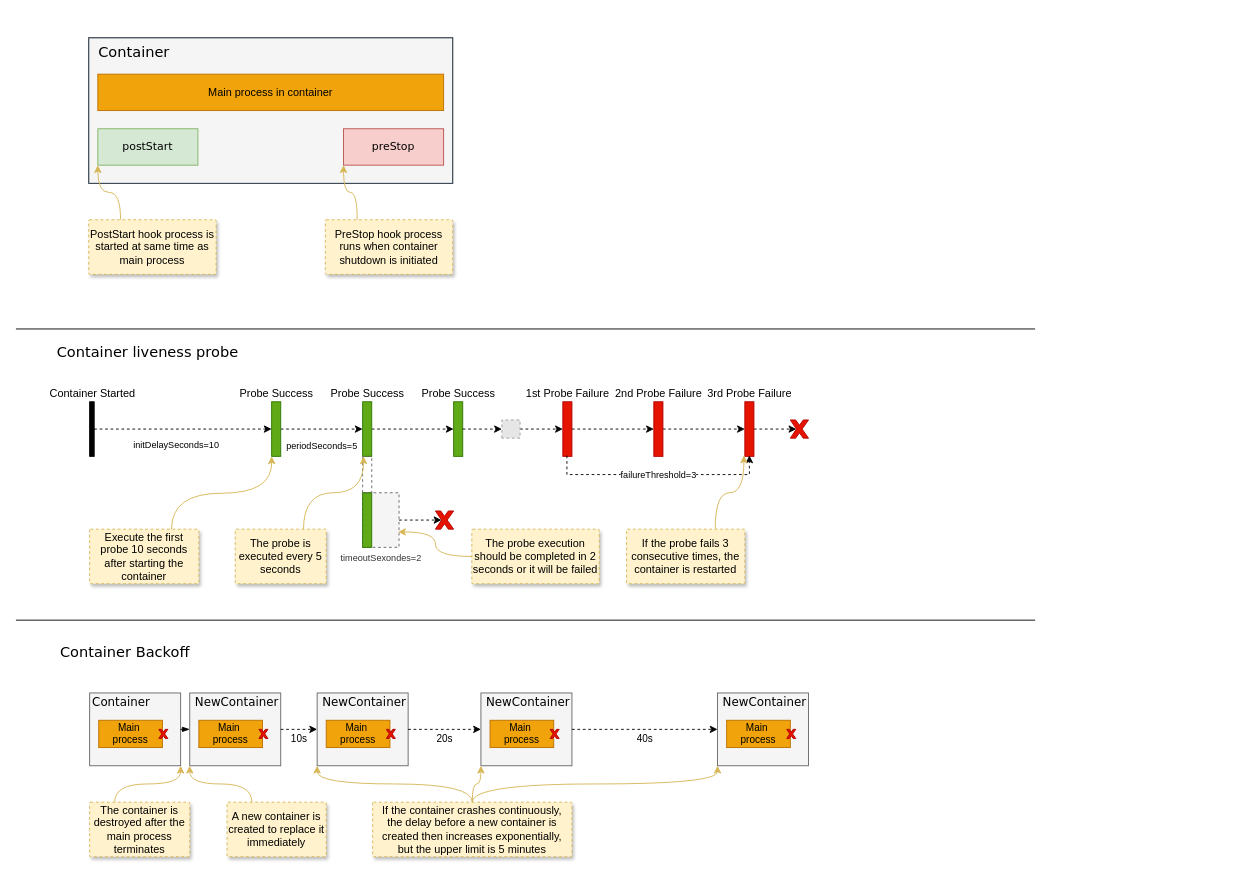
This is page "Container Lifecycle" (2 of 4) of st/k8s_common.drawio from gaivin/drawio, a draw.io file, before an edit. Source tidied: cells renumbered, new cells numbered last; positions are measured from the earlier drawing's top-left corner, leaving out a move shared by most shapes. Both pictures are drawn from the tidied source at 91%, with x=0, y=0 at pixel (15, 37). Pictures stored in the file or linked from it are replaced by grey dashed boxes.
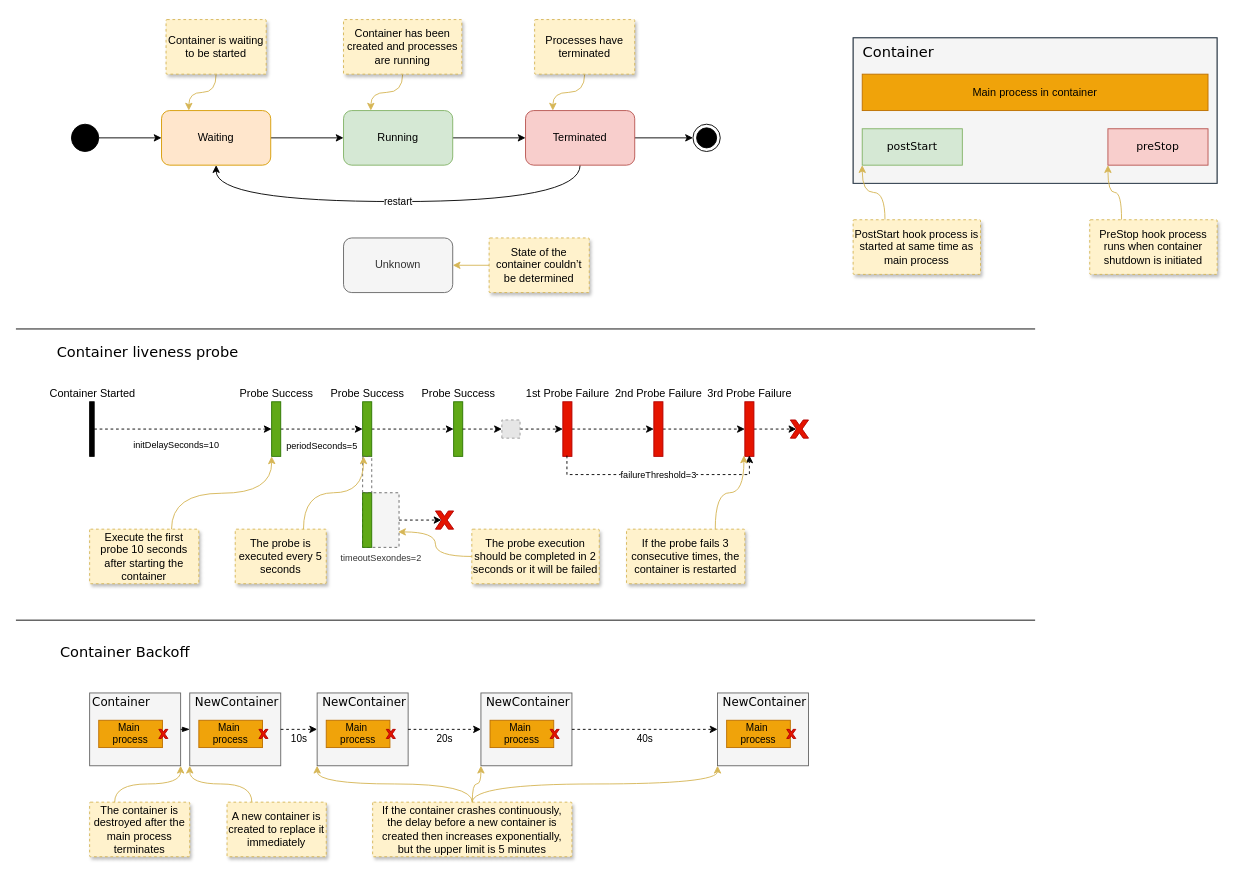
The same diagram, later.

Commit message:
Container status

Change to the diagram source:
```diff
@@
     <mxCell id="2" style="group;fillColor=#f5f5f5;fontColor=#333333;strokeColor=#666666;" parent="1" vertex="1">
-      <mxGeometry x="80" width="400" height="160" as="geometry" />
+      <mxGeometry x="920" width="400" height="160" as="geometry" />
     </mxCell>
@@
     <mxCell id="6" value="Main process in container" style="rounded=0;whiteSpace=wrap;html=1;fillColor=#f0a30a;fontColor=#000000;strokeColor=#BD7000;" parent="1" vertex="1">
-      <mxGeometry x="90" y="40" width="380" height="40" as="geometry" />
+      <mxGeometry x="930" y="40" width="380" height="40" as="geometry" />
     </mxCell>
     <mxCell id="7" value="postStart" style="rounded=0;whiteSpace=wrap;html=1;fillColor=#d5e8d4;strokeColor=#82b366;fontFamily=Verdana;" parent="1" vertex="1">
-      <mxGeometry x="90" y="100" width="110" height="40" as="geometry" />
+      <mxGeometry x="930" y="100" width="110" height="40" as="geometry" />
     </mxCell>
     <mxCell id="8" value="preStop" style="rounded=0;whiteSpace=wrap;html=1;fillColor=#f8cecc;strokeColor=#b85450;fontFamily=Verdana;" parent="1" vertex="1">
-      <mxGeometry x="360" y="100" width="110" height="40" as="geometry" />
+      <mxGeometry x="1200" y="100" width="110" height="40" as="geometry" />
     </mxCell>
@@
     <mxCell id="10" value="PostStart hook process is started at same time as main process" style="strokeColor=#d6b656;shadow=1;strokeWidth=1;rounded=1;absoluteArcSize=1;arcSize=2;fillColor=#fff2cc;dashed=1;whiteSpace=wrap;" parent="1" vertex="1">
-      <mxGeometry x="80" y="200" width="140" height="60" as="geometry" />
+      <mxGeometry x="920" y="200" width="140" height="60" as="geometry" />
     </mxCell>
@@
     <mxCell id="12" value="PreStop hook process runs when container shutdown is initiated" style="strokeColor=#d6b656;shadow=1;strokeWidth=1;rounded=1;absoluteArcSize=1;arcSize=2;fillColor=#fff2cc;dashed=1;whiteSpace=wrap;" parent="1" vertex="1">
-      <mxGeometry x="340" y="200" width="140" height="60" as="geometry" />
+      <mxGeometry x="1180" y="200" width="140" height="60" as="geometry" />
     </mxCell>
@@
+    <mxCell id="86" style="edgeStyle=orthogonalEdgeStyle;rounded=0;jettySize=auto;html=1;" parent="1" edge="1" source="87" target="89">
+      <mxGeometry relative="1" as="geometry" />
+    </mxCell>
+    <mxCell id="87" value="Waiting" style="rounded=1;whiteSpace=wrap;html=1;fillColor=#ffe6cc;strokeColor=#d79b00;" parent="1" vertex="1">
+      <mxGeometry x="160" y="80" width="120" height="60" as="geometry" />
+    </mxCell>
+    <mxCell id="88" style="edgeStyle=orthogonalEdgeStyle;rounded=0;jettySize=auto;html=1;" parent="1" edge="1" source="89" target="92">
+      <mxGeometry relative="1" as="geometry" />
+    </mxCell>
+    <mxCell id="89" value="Running" style="rounded=1;whiteSpace=wrap;html=1;fillColor=#d5e8d4;strokeColor=#82b366;" parent="1" vertex="1">
+      <mxGeometry x="360" y="80" width="120" height="60" as="geometry" />
+    </mxCell>
+    <mxCell id="90" style="edgeStyle=orthogonalEdgeStyle;rounded=0;jettySize=auto;html=1;" parent="1" edge="1" source="92" target="95">
+      <mxGeometry relative="1" as="geometry" />
+    </mxCell>
+    <mxCell id="91" value="restart" style="edgeStyle=orthogonalEdgeStyle;rounded=0;jettySize=auto;html=1;exitX=0.5;exitY=1;exitDx=0;exitDy=0;entryX=0.5;entryY=1;entryDx=0;entryDy=0;curved=1;" parent="1" edge="1" source="92" target="87">
+      <mxGeometry relative="1" as="geometry">
+        <Array as="points">
+          <mxPoint x="620" y="180" />
+          <mxPoint x="220" y="180" />
+        </Array>
+      </mxGeometry>
+    </mxCell>
+    <mxCell id="92" value="Terminated" style="rounded=1;whiteSpace=wrap;html=1;fillColor=#f8cecc;strokeColor=#b85450;" parent="1" vertex="1">
+      <mxGeometry x="560" y="80" width="120" height="60" as="geometry" />
+    </mxCell>
+    <mxCell id="93" style="edgeStyle=orthogonalEdgeStyle;rounded=0;jettySize=auto;html=1;" parent="1" edge="1" source="94" target="87">
+      <mxGeometry relative="1" as="geometry" />
+    </mxCell>
+    <mxCell id="94" style="ellipse;fillColor=strokeColor;html=1;" parent="1" vertex="1">
+      <mxGeometry x="61" y="95" width="30" height="30" as="geometry" />
+    </mxCell>
+    <mxCell id="95" style="ellipse;html=1;shape=endState;fillColor=strokeColor;" parent="1" vertex="1">
+      <mxGeometry x="744" y="95" width="30" height="30" as="geometry" />
+    </mxCell>
+    <mxCell id="96" value="Unknown" style="rounded=1;whiteSpace=wrap;html=1;fillColor=#f5f5f5;strokeColor=#666666;fontColor=#333333;" parent="1" vertex="1">
+      <mxGeometry x="360" y="220" width="120" height="60" as="geometry" />
+    </mxCell>
+    <mxCell id="97" style="edgeStyle=orthogonalEdgeStyle;rounded=0;jettySize=auto;html=1;exitX=0.5;exitY=1;exitDx=0;exitDy=0;entryX=0.25;entryY=0;entryDx=0;entryDy=0;curved=1;fillColor=#fff2cc;strokeColor=#d6b656;" parent="1" edge="1" source="98" target="87">
+      <mxGeometry relative="1" as="geometry" />
+    </mxCell>
+    <mxCell id="98" value="Container is waiting to be started" style="strokeColor=#d6b656;shadow=1;strokeWidth=1;rounded=1;absoluteArcSize=1;arcSize=2;fillColor=#fff2cc;dashed=1;whiteSpace=wrap;" parent="1" vertex="1">
+      <mxGeometry x="165" y="-20" width="110" height="60" as="geometry" />
+    </mxCell>
+    <mxCell id="99" style="edgeStyle=orthogonalEdgeStyle;rounded=0;jettySize=auto;html=1;exitX=0.5;exitY=1;exitDx=0;exitDy=0;entryX=0.25;entryY=0;entryDx=0;entryDy=0;curved=1;fillColor=#fff2cc;strokeColor=#d6b656;" parent="1" edge="1" source="100" target="89">
+      <mxGeometry relative="1" as="geometry">
+        <Array as="points">
+          <mxPoint x="425" y="60" />
+          <mxPoint x="390" y="60" />
+        </Array>
+      </mxGeometry>
+    </mxCell>
+    <mxCell id="100" value="Container has been created and processes are running" style="strokeColor=#d6b656;shadow=1;strokeWidth=1;rounded=1;absoluteArcSize=1;arcSize=2;fillColor=#fff2cc;dashed=1;whiteSpace=wrap;" parent="1" vertex="1">
+      <mxGeometry x="360" y="-20" width="130" height="60" as="geometry" />
+    </mxCell>
+    <mxCell id="101" style="edgeStyle=orthogonalEdgeStyle;rounded=0;jettySize=auto;html=1;exitX=0.5;exitY=1;exitDx=0;exitDy=0;entryX=0.25;entryY=0;entryDx=0;entryDy=0;curved=1;fillColor=#fff2cc;strokeColor=#d6b656;" parent="1" edge="1" source="102">
+      <mxGeometry relative="1" as="geometry">
+        <mxPoint x="590" y="80" as="targetPoint" />
+        <Array as="points">
+          <mxPoint x="625" y="60" />
+          <mxPoint x="590" y="60" />
+        </Array>
+      </mxGeometry>
+    </mxCell>
+    <mxCell id="102" value="Processes have terminated" style="strokeColor=#d6b656;shadow=1;strokeWidth=1;rounded=1;absoluteArcSize=1;arcSize=2;fillColor=#fff2cc;dashed=1;whiteSpace=wrap;" parent="1" vertex="1">
+      <mxGeometry x="570" y="-20" width="110" height="60" as="geometry" />
+    </mxCell>
+    <mxCell id="103" style="rounded=0;jettySize=auto;html=1;exitX=0;exitY=0.5;exitDx=0;exitDy=0;entryX=1;entryY=0.5;entryDx=0;entryDy=0;fillColor=#fff2cc;strokeColor=#d6b656;" parent="1" edge="1" source="104" target="96">
+      <mxGeometry relative="1" as="geometry" />
+    </mxCell>
+    <mxCell id="104" value="State of the container couldn’t be determined" style="strokeColor=#d6b656;shadow=1;strokeWidth=1;rounded=1;absoluteArcSize=1;arcSize=2;fillColor=#fff2cc;dashed=1;whiteSpace=wrap;" parent="1" vertex="1">
+      <mxGeometry x="520" y="220" width="110" height="60" as="geometry" />
+    </mxCell>
```
